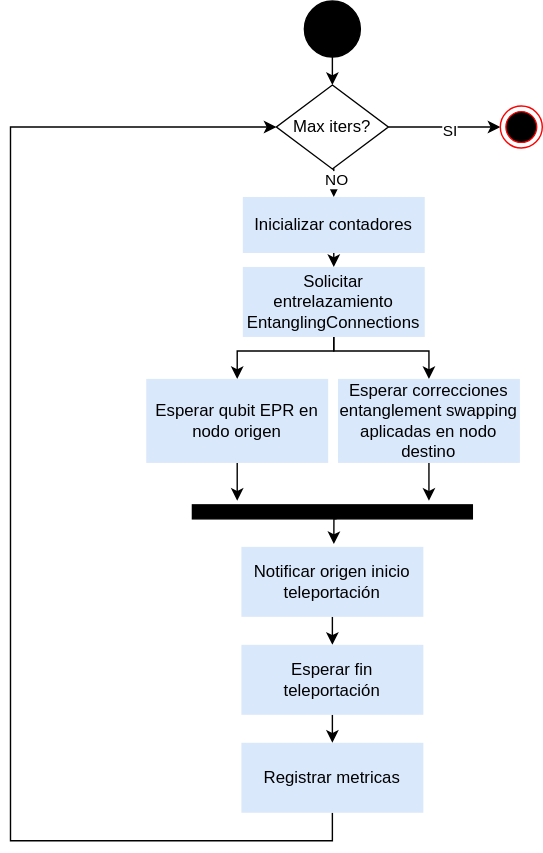
This is Diagramas/Flujo/routeprotocol.svg from davidpcuvigo/quantumcity, a draw.io export, as it was before one commit. Source tidied: cells renumbered, new cells last; positions are measured from the earlier drawing's top-left corner, leaving out a move shared by most shapes.
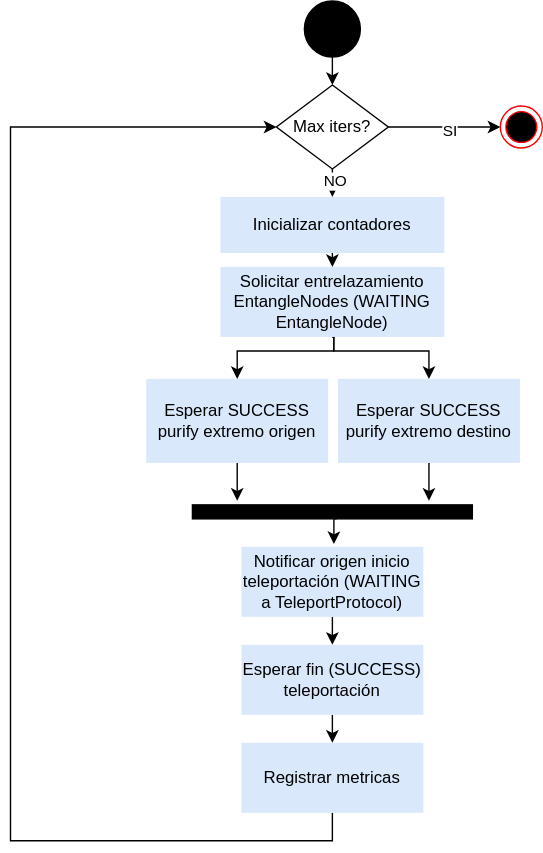
After the change.

Change to the diagram source:
```diff
@@ -42,19 +42,19 @@
         </Array>
       </mxGeometry>
     </mxCell>
-    <mxCell id="12" value="Solicitar entrelazamiento EntanglingConnections" style="rounded=0;whiteSpace=wrap;html=1;fillColor=#dae8fc;strokeColor=none;" parent="1" vertex="1">
-      <mxGeometry x="166" y="190" width="130" height="50" as="geometry" />
+    <mxCell id="12" value="Solicitar entrelazamiento EntangleNodes (WAITING EntangleNode)" style="rounded=0;whiteSpace=wrap;html=1;fillColor=#dae8fc;strokeColor=none;" parent="1" vertex="1">
+      <mxGeometry x="150" y="190" width="160" height="50" as="geometry" />
     </mxCell>
     <mxCell id="13" style="edgeStyle=orthogonalEdgeStyle;rounded=0;jettySize=auto;html=1;exitX=0.5;exitY=1;exitDx=0;exitDy=0;entryX=0.5;entryY=0;entryDx=0;entryDy=0;" parent="1" edge="1" source="14" target="12">
       <mxGeometry relative="1" as="geometry" />
     </mxCell>
     <mxCell id="14" value="Inicializar contadores" style="rounded=0;whiteSpace=wrap;html=1;fillColor=#dae8fc;strokeColor=none;" parent="1" vertex="1">
-      <mxGeometry x="166" y="140" width="130" height="40" as="geometry" />
+      <mxGeometry x="150" y="140" width="160" height="40" as="geometry" />
     </mxCell>
-    <mxCell id="15" value="Esperar qubit EPR en nodo origen" style="rounded=0;whiteSpace=wrap;html=1;fillColor=#dae8fc;strokeColor=none;" parent="1" vertex="1">
+    <mxCell id="15" value="Esperar SUCCESS purify extremo origen" style="rounded=0;whiteSpace=wrap;html=1;fillColor=#dae8fc;strokeColor=none;" parent="1" vertex="1">
       <mxGeometry x="97" y="270" width="130" height="60" as="geometry" />
     </mxCell>
-    <mxCell id="16" value="Esperar correcciones entanglement swapping aplicadas en nodo destino" style="rounded=0;whiteSpace=wrap;html=1;fillColor=#dae8fc;strokeColor=none;" parent="1" vertex="1">
+    <mxCell id="16" value="Esperar SUCCESS purify extremo destino" style="rounded=0;whiteSpace=wrap;html=1;fillColor=#dae8fc;strokeColor=none;" parent="1" vertex="1">
       <mxGeometry x="234" y="270" width="130" height="60" as="geometry" />
     </mxCell>
     <mxCell id="17" style="whiteSpace=wrap;html=1;rounded=0;shadow=0;comic=0;labelBackgroundColor=none;strokeWidth=1;fillColor=#000000;fontFamily=Verdana;fontSize=12;align=center;rotation=0;" parent="1" vertex="1">
@@ -75,13 +75,13 @@
     <mxCell id="20" style="edgeStyle=orthogonalEdgeStyle;rounded=0;jettySize=auto;html=1;exitX=0.5;exitY=1;exitDx=0;exitDy=0;entryX=0.5;entryY=0;entryDx=0;entryDy=0;" parent="1" edge="1" source="21" target="23">
       <mxGeometry relative="1" as="geometry" />
     </mxCell>
-    <mxCell id="21" value="Notificar origen inicio teleportación" style="rounded=0;whiteSpace=wrap;html=1;fillColor=#dae8fc;strokeColor=none;" parent="1" vertex="1">
+    <mxCell id="21" value="Notificar origen inicio teleportación (WAITING a TeleportProtocol)" style="rounded=0;whiteSpace=wrap;html=1;fillColor=#dae8fc;strokeColor=none;" parent="1" vertex="1">
       <mxGeometry x="165" y="390" width="130" height="50" as="geometry" />
     </mxCell>
     <mxCell id="22" style="edgeStyle=orthogonalEdgeStyle;rounded=0;jettySize=auto;html=1;exitX=0.5;exitY=1;exitDx=0;exitDy=0;entryX=0.5;entryY=0;entryDx=0;entryDy=0;" parent="1" edge="1" source="23" target="19">
       <mxGeometry relative="1" as="geometry" />
     </mxCell>
-    <mxCell id="23" value="Esperar fin teleportación" style="rounded=0;whiteSpace=wrap;html=1;fillColor=#dae8fc;strokeColor=none;" parent="1" vertex="1">
+    <mxCell id="23" value="Esperar fin (SUCCESS) teleportación" style="rounded=0;whiteSpace=wrap;html=1;fillColor=#dae8fc;strokeColor=none;" parent="1" vertex="1">
       <mxGeometry x="165" y="460" width="130" height="50" as="geometry" />
     </mxCell>
     <mxCell id="24" style="edgeStyle=orthogonalEdgeStyle;rounded=0;orthogonalLoop=1;jettySize=auto;html=1;exitX=0.5;exitY=1;exitDx=0;exitDy=0;entryX=0.562;entryY=-0.04;entryDx=0;entryDy=0;entryPerimeter=0;" parent="1" edge="1">
```
